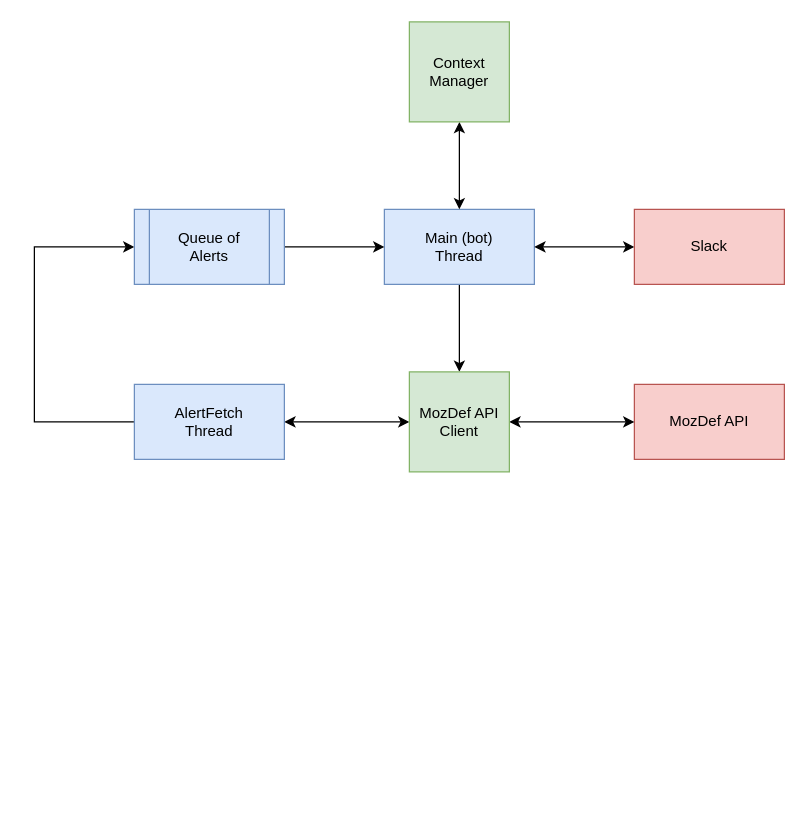
Above: docs/diagrams/bot_architecture.drawio in mozilla/MozDef-Triage-Bot (draw.io), before the change. Source tidied: cells renumbered, new cells numbered last; positions are measured from the earlier drawing's top-left corner, leaving out a move shared by most shapes. Both pictures are drawn from the tidied source at 125%, with x=0, y=0 at pixel (34, 21).
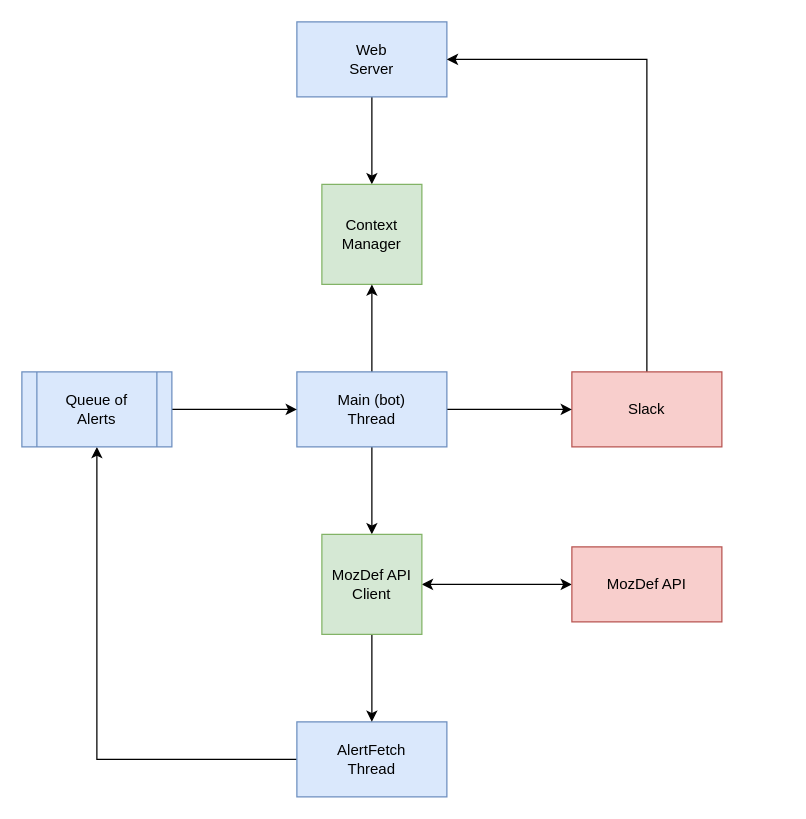
Above is the later version.

Commit message (it also covers changes not shown here):
Introduce a web server that can respond to messages from slack indicating user actions on interactive messages

Diff of the diagram source:
```diff
@@
-    <mxCell id="2" style="edgeStyle=orthogonalEdgeStyle;rounded=0;jettySize=auto;html=1;exitX=0;exitY=0.5;exitDx=0;exitDy=0;entryX=0;entryY=0.5;entryDx=0;entryDy=0;" parent="1" edge="1" source="4" target="8">
+    <mxCell id="2" style="edgeStyle=orthogonalEdgeStyle;rounded=0;orthogonalLoop=1;jettySize=auto;html=1;exitX=0;exitY=0.5;exitDx=0;exitDy=0;entryX=0;entryY=0.5;entryDx=0;entryDy=0;" parent="1" edge="1">
       <mxGeometry relative="1" as="geometry">
+        <mxPoint x="80" y="320" as="sourcePoint" />
         <Array as="points">
           <mxPoint y="320" />
           <mxPoint y="180" />
         </Array>
       </mxGeometry>
     </mxCell>
-    <mxCell id="3" style="edgeStyle=orthogonalEdgeStyle;rounded=0;jettySize=auto;html=1;exitX=1;exitY=0.5;exitDx=0;exitDy=0;entryX=0;entryY=0.5;entryDx=0;entryDy=0;startArrow=classic;startFill=1;" parent="1" edge="1" source="4" target="13">
-      <mxGeometry relative="1" as="geometry" />
-    </mxCell>
+    <mxCell id="16" style="edgeStyle=orthogonalEdgeStyle;rounded=0;jettySize=auto;html=1;exitX=0;exitY=0.5;exitDx=0;exitDy=0;entryX=0.5;entryY=1;entryDx=0;entryDy=0;startArrow=none;startFill=0;" parent="1" edge="1" source="4" target="8">
+      <mxGeometry relative="1" as="geometry" />
+    </mxCell>
     <mxCell id="4" value="AlertFetch&lt;br&gt;Thread" style="rounded=0;whiteSpace=wrap;html=1;fillColor=#dae8fc;strokeColor=#6c8ebf;" parent="1" vertex="1">
-      <mxGeometry x="80" y="290" width="120" height="60" as="geometry" />
+      <mxGeometry x="210" y="560" width="120" height="60" as="geometry" />
     </mxCell>
+    <mxCell id="17" style="edgeStyle=orthogonalEdgeStyle;rounded=0;jettySize=auto;html=1;exitX=0.5;exitY=1;exitDx=0;exitDy=0;entryX=0.5;entryY=0;entryDx=0;entryDy=0;startArrow=none;startFill=0;" parent="1" edge="1" source="18" target="15">
+      <mxGeometry relative="1" as="geometry" />
+    </mxCell>
+    <mxCell id="18" value="Web&lt;br&gt;Server" style="rounded=0;whiteSpace=wrap;html=1;fillColor=#dae8fc;strokeColor=#6c8ebf;" parent="1" vertex="1">
+      <mxGeometry x="210" width="120" height="60" as="geometry" />
+    </mxCell>
+    <mxCell id="19" style="edgeStyle=orthogonalEdgeStyle;rounded=0;jettySize=auto;html=1;exitX=0.5;exitY=0;exitDx=0;exitDy=0;entryX=1;entryY=0.5;entryDx=0;entryDy=0;startArrow=none;startFill=0;" parent="1" edge="1" source="11" target="18">
+      <mxGeometry relative="1" as="geometry" />
+    </mxCell>
+    <mxCell id="11" value="Slack" style="rounded=0;whiteSpace=wrap;html=1;fillColor=#f8cecc;strokeColor=#b85450;" parent="1" vertex="1">
+      <mxGeometry x="430" y="280" width="120" height="60" as="geometry" />
+    </mxCell>
+    <mxCell id="15" value="Context&lt;br&gt;Manager" style="rounded=0;whiteSpace=wrap;html=1;fillColor=#d5e8d4;strokeColor=#82b366;" parent="1" vertex="1">
+      <mxGeometry x="230" y="130" width="80" height="80" as="geometry" />
+    </mxCell>
+    <mxCell id="20" style="edgeStyle=orthogonalEdgeStyle;rounded=0;jettySize=auto;html=1;exitX=1;exitY=0.5;exitDx=0;exitDy=0;entryX=0;entryY=0.5;entryDx=0;entryDy=0;startArrow=none;startFill=0;" parent="1" edge="1" source="6" target="11">
+      <mxGeometry relative="1" as="geometry" />
+    </mxCell>
-    <mxCell id="5" style="edgeStyle=orthogonalEdgeStyle;rounded=0;jettySize=auto;html=1;exitX=0.5;exitY=1;exitDx=0;exitDy=0;entryX=0.5;entryY=0;entryDx=0;entryDy=0;startArrow=none;startFill=0;" parent="1" edge="1" source="6" target="13">
+    <mxCell id="5" style="edgeStyle=orthogonalEdgeStyle;rounded=0;jettySize=auto;html=1;exitX=0.5;exitY=1;exitDx=0;exitDy=0;startArrow=none;startFill=0;" parent="1" edge="1" source="6" target="13">
       <mxGeometry relative="1" as="geometry" />
     </mxCell>
+    <mxCell id="21" style="edgeStyle=orthogonalEdgeStyle;rounded=0;jettySize=auto;html=1;exitX=0.5;exitY=0;exitDx=0;exitDy=0;entryX=0.5;entryY=1;entryDx=0;entryDy=0;startArrow=none;startFill=0;" parent="1" edge="1" source="6" target="15">
+      <mxGeometry relative="1" as="geometry" />
+    </mxCell>
     <mxCell id="6" value="Main (bot)&lt;br&gt;Thread" style="rounded=0;whiteSpace=wrap;html=1;fillColor=#dae8fc;strokeColor=#6c8ebf;" parent="1" vertex="1">
-      <mxGeometry x="280" y="150" width="120" height="60" as="geometry" />
+      <mxGeometry x="210" y="280" width="120" height="60" as="geometry" />
     </mxCell>
+    <mxCell id="12" style="edgeStyle=orthogonalEdgeStyle;rounded=0;jettySize=auto;html=1;exitX=1;exitY=0.5;exitDx=0;exitDy=0;entryX=0;entryY=0.5;entryDx=0;entryDy=0;startArrow=classic;startFill=1;" parent="1" edge="1" source="13" target="9">
+      <mxGeometry relative="1" as="geometry" />
+    </mxCell>
+    <mxCell id="22" style="edgeStyle=orthogonalEdgeStyle;rounded=0;jettySize=auto;html=1;exitX=0.5;exitY=1;exitDx=0;exitDy=0;startArrow=none;startFill=0;" parent="1" edge="1" source="13" target="4">
+      <mxGeometry relative="1" as="geometry" />
+    </mxCell>
+    <mxCell id="13" value="MozDef API&lt;br&gt;Client" style="rounded=0;whiteSpace=wrap;html=1;fillColor=#d5e8d4;strokeColor=#82b366;" parent="1" vertex="1">
+      <mxGeometry x="230" y="410" width="80" height="80" as="geometry" />
+    </mxCell>
+    <mxCell id="9" value="MozDef API" style="rounded=0;whiteSpace=wrap;html=1;fillColor=#f8cecc;strokeColor=#b85450;" parent="1" vertex="1">
+      <mxGeometry x="430" y="420" width="120" height="60" as="geometry" />
+    </mxCell>
-    <mxCell id="7" style="edgeStyle=orthogonalEdgeStyle;rounded=0;jettySize=auto;html=1;exitX=1;exitY=0.5;exitDx=0;exitDy=0;entryX=0;entryY=0.5;entryDx=0;entryDy=0;" parent="1" edge="1" source="8" target="6">
+    <mxCell id="7" style="edgeStyle=orthogonalEdgeStyle;rounded=0;jettySize=auto;html=1;exitX=1;exitY=0.5;exitDx=0;exitDy=0;entryX=0;entryY=0.5;entryDx=0;entryDy=0;startArrow=none;startFill=0;" parent="1" edge="1" source="8" target="6">
       <mxGeometry relative="1" as="geometry" />
     </mxCell>
     <mxCell id="8" value="Queue of&lt;br&gt;Alerts" style="shape=process;whiteSpace=wrap;html=1;backgroundOutline=1;fillColor=#dae8fc;strokeColor=#6c8ebf;" parent="1" vertex="1">
-      <mxGeometry x="80" y="150" width="120" height="60" as="geometry" />
+      <mxGeometry x="-10" y="280" width="120" height="60" as="geometry" />
     </mxCell>
-    <mxCell id="9" value="MozDef API" style="rounded=0;whiteSpace=wrap;html=1;fillColor=#f8cecc;strokeColor=#b85450;" parent="1" vertex="1">
-      <mxGeometry x="480" y="290" width="120" height="60" as="geometry" />
-    </mxCell>
-    <mxCell id="10" style="edgeStyle=orthogonalEdgeStyle;rounded=0;jettySize=auto;html=1;exitX=0;exitY=0.5;exitDx=0;exitDy=0;startArrow=classic;startFill=1;" parent="1" edge="1" source="11" target="6">
-      <mxGeometry relative="1" as="geometry" />
-    </mxCell>
-    <mxCell id="11" value="Slack" style="rounded=0;whiteSpace=wrap;html=1;fillColor=#f8cecc;strokeColor=#b85450;" parent="1" vertex="1">
-      <mxGeometry x="480" y="150" width="120" height="60" as="geometry" />
-    </mxCell>
-    <mxCell id="12" style="edgeStyle=orthogonalEdgeStyle;rounded=0;jettySize=auto;html=1;exitX=1;exitY=0.5;exitDx=0;exitDy=0;entryX=0;entryY=0.5;entryDx=0;entryDy=0;startArrow=classic;startFill=1;" parent="1" edge="1" source="13" target="9">
-      <mxGeometry relative="1" as="geometry" />
-    </mxCell>
-    <mxCell id="13" value="MozDef API&lt;br&gt;Client" style="rounded=0;whiteSpace=wrap;html=1;fillColor=#d5e8d4;strokeColor=#82b366;" parent="1" vertex="1">
-      <mxGeometry x="300" y="280" width="80" height="80" as="geometry" />
-    </mxCell>
-    <mxCell id="14" style="edgeStyle=orthogonalEdgeStyle;rounded=0;jettySize=auto;html=1;exitX=0.5;exitY=1;exitDx=0;exitDy=0;entryX=0.5;entryY=0;entryDx=0;entryDy=0;startArrow=classic;startFill=1;" parent="1" edge="1" source="15" target="6">
-      <mxGeometry relative="1" as="geometry" />
-    </mxCell>
-    <mxCell id="15" value="Context&lt;br&gt;Manager" style="rounded=0;whiteSpace=wrap;html=1;fillColor=#d5e8d4;strokeColor=#82b366;" parent="1" vertex="1">
-      <mxGeometry x="300" width="80" height="80" as="geometry" />
-    </mxCell>
```
